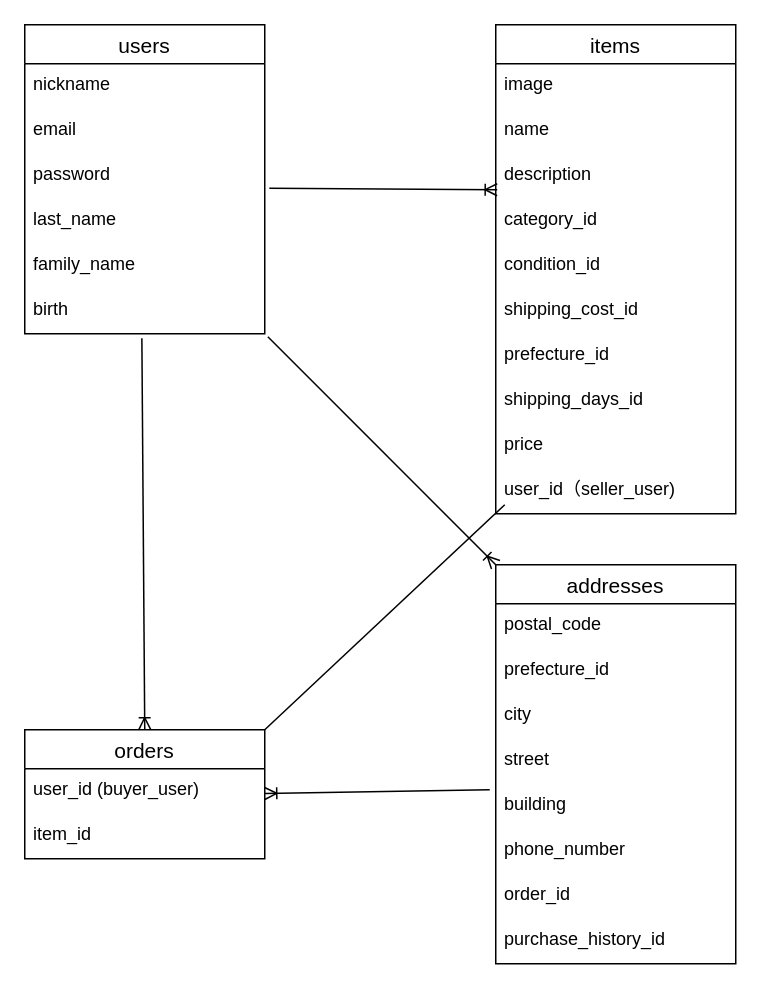
Before: test.dio in fuokuyama16/furima-41014, a draw.io diagram. Source tidied: cells renumbered, new cells numbered last; positions are measured from the earlier drawing's top-left corner, leaving out a move shared by most shapes. Both pictures are drawn from the tidied source at 150%, with x=0, y=0 at pixel (24, 24).
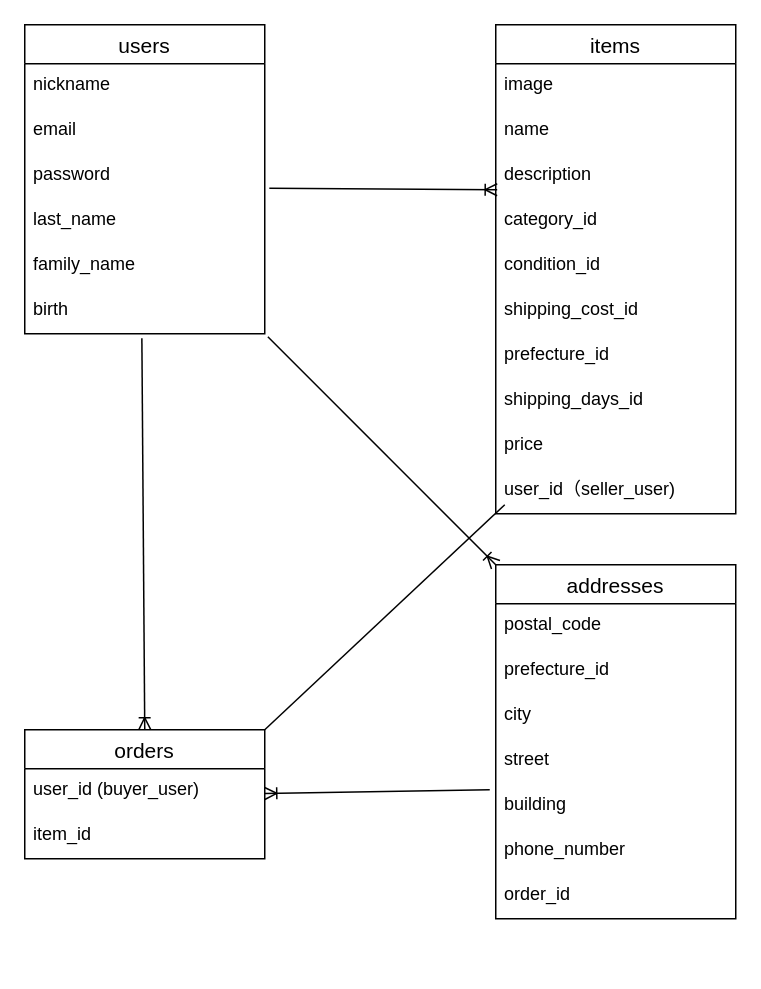
After the change.

Change to the diagram source:
```diff
@@
     <mxCell id="26" value="addresses" style="swimlane;fontStyle=0;horizontal=1;startSize=26;align=center;fontSize=14;" parent="1" vertex="1">
-      <mxGeometry x="314" y="360" width="160" height="266" as="geometry" />
+      <mxGeometry x="314" y="360" width="160" height="236" as="geometry" />
     </mxCell>
@@
-    <mxCell id="34" value="purchase_history_id" style="text;strokeColor=none;fillColor=none;spacingLeft=4;spacingRight=4;overflow=hidden;fontSize=12;" parent="26" vertex="1">
-      <mxGeometry y="236" width="160" height="30" as="geometry" />
-    </mxCell>
```
